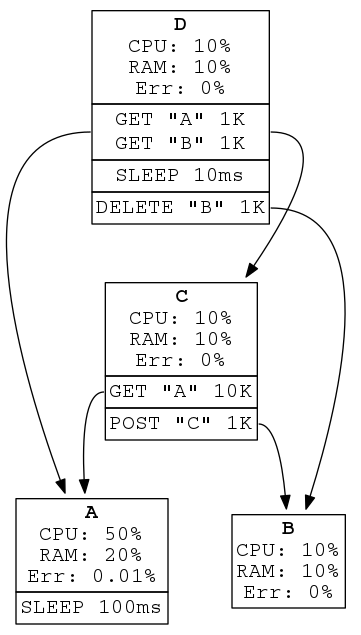
The Graphviz diagram graph.png in maxfouquet/isotope, before a commit. Its source is kept beside it as graph.gv.
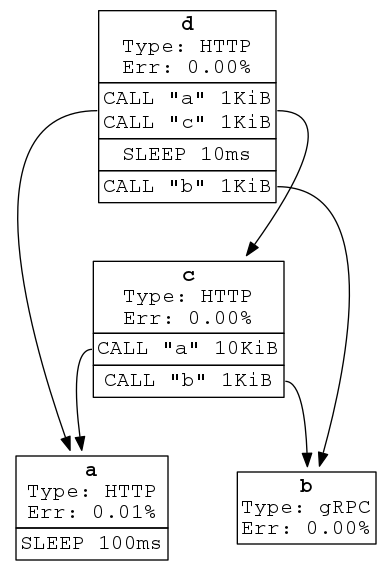
The same diagram one commit later.

What changed in the source:
```diff
@@ -1,40 +1,39 @@
 digraph {
-    node [
-        fontsize = "16"
-        fontname = "courier"
-        shape = plaintext
-    ];
+  node [
+    fontsize = "16"
+    fontname = "courier"
+    shape = plaintext
+  ];
 
-    A [label=<
+  a [label=<
 <TABLE BORDER="0" CELLBORDER="1" CELLSPACING="0">
-  <TR><TD><B>A</B><BR />CPU: 50%<BR />RAM: 20%<BR />Err: 0.01%</TD></TR>
+  <TR><TD><B>a</B><BR />Type: HTTP<BR />Err: 0.01%</TD></TR>
   <TR><TD PORT="0">SLEEP 100ms</TD></TR>
 </TABLE>>];
 
-    B [label=<
+  b [label=<
 <TABLE BORDER="0" CELLBORDER="1" CELLSPACING="0">
-  <TR><TD><B>B</B><BR />CPU: 10%<BR />RAM: 10%<BR />Err: 0%</TD></TR>
+  <TR><TD><B>b</B><BR />Type: gRPC<BR />Err: 0.00%</TD></TR>
 </TABLE>>];
 
-    C [label=<
+  c [label=<
 <TABLE BORDER="0" CELLBORDER="1" CELLSPACING="0">
-  <TR><TD><B>C</B><BR />CPU: 10%<BR />RAM: 10%<BR />Err: 0%</TD></TR>
-  <TR><TD PORT="0">GET "A" 10K</TD></TR>
-  <TR><TD PORT="1">POST "B" 1K</TD></TR>
+  <TR><TD><B>c</B><BR />Type: HTTP<BR />Err: 0.00%</TD></TR>
+  <TR><TD PORT="0">CALL "a" 10KiB</TD></TR>
+  <TR><TD PORT="1">CALL "b" 1KiB</TD></TR>
 </TABLE>>];
 
-    D [label=<
+  d [label=<
 <TABLE BORDER="0" CELLBORDER="1" CELLSPACING="0">
-  <TR><TD><B>D</B><BR />CPU: 10%<BR />RAM: 10%<BR />Err: 0%</TD></TR>
-  <TR><TD PORT="0">GET "A" 1K<BR />GET "C" 1K</TD></TR>
+  <TR><TD><B>d</B><BR />Type: HTTP<BR />Err: 0.00%</TD></TR>
+  <TR><TD PORT="0">CALL "a" 1KiB<BR />CALL "c" 1KiB</TD></TR>
   <TR><TD PORT="1">SLEEP 10ms</TD></TR>
-  <TR><TD PORT="2">DELETE "B" 1K</TD></TR>
+  <TR><TD PORT="2">CALL "b" 1KiB</TD></TR>
 </TABLE>>];
 
-    C:0 -> A
-    C:1 -> B
-
-    D:0 -> A
-    D:0 -> C
-    D:2 -> B
+  c:0 -> a
+  c:1 -> b
+  d:0 -> a
+  d:0 -> c
+  d:2 -> b
 }
```
